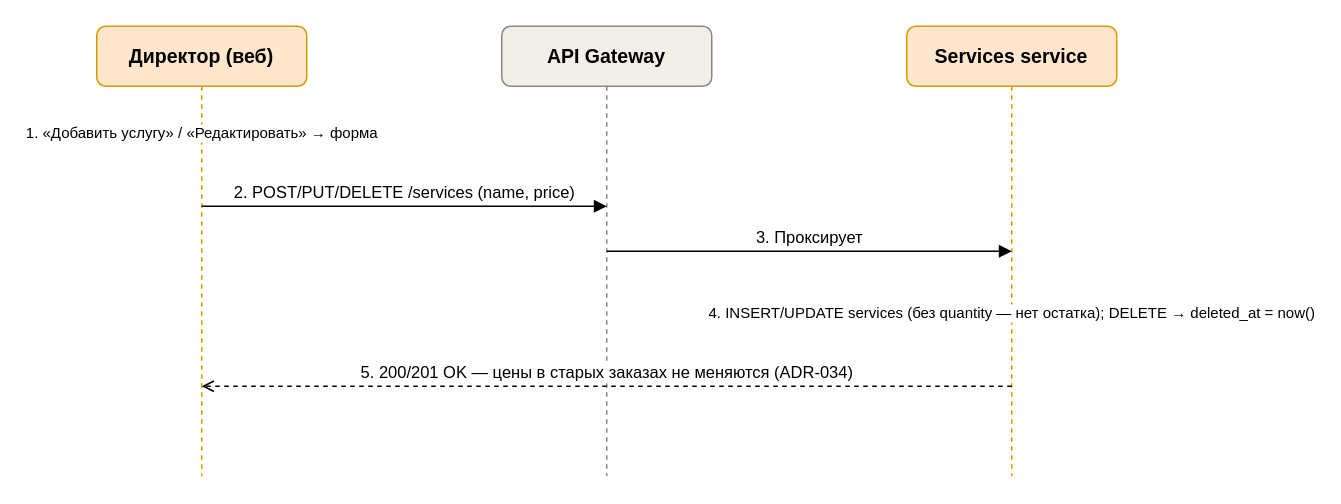
Before: stuff/uml/sequence/sequence-catalog-services.drawio in TFRunity/sto, a draw.io diagram. Source tidied: cells renumbered, new cells numbered last; positions are measured from the earlier drawing's top-left corner, leaving out a move shared by most shapes. Both pictures are drawn from the tidied source at 150%, with x=0, y=0 at pixel (96, 26).
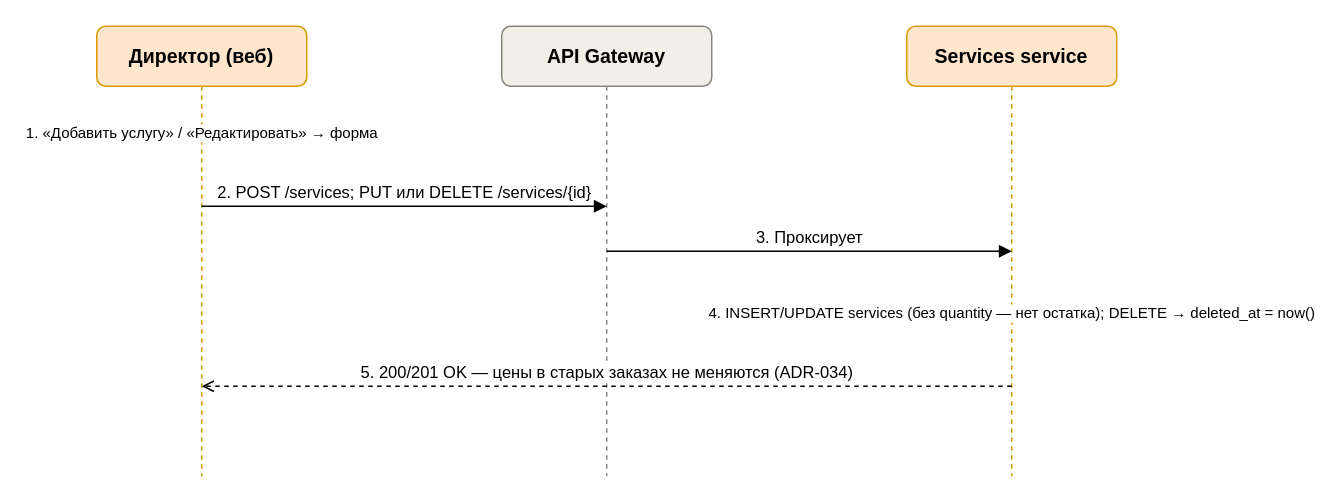
Above is the later version.

What changed in the source:
```diff
@@
 <mxGraphModel>
   <root>
     <mxCell id="0" />
     <mxCell id="1" parent="0" />
     <mxCell id="2" value="Директор (веб)" style="rounded=1;whiteSpace=wrap;html=1;fillColor=#ffe6cc;strokeColor=#d79b00;fontSize=13;fontStyle=1;" parent="1" vertex="1">
       <mxGeometry width="140" height="40" as="geometry" />
     </mxCell>
     <mxCell id="3" value="API Gateway" style="rounded=1;whiteSpace=wrap;html=1;fillColor=#f1efe8;strokeColor=#888780;fontSize=13;fontStyle=1;" parent="1" vertex="1">
       <mxGeometry x="270" width="140" height="40" as="geometry" />
     </mxCell>
     <mxCell id="4" value="Services service" style="rounded=1;whiteSpace=wrap;html=1;fillColor=#ffe6cc;strokeColor=#d79b00;fontSize=13;fontStyle=1;" parent="1" vertex="1">
       <mxGeometry x="540" width="140" height="40" as="geometry" />
     </mxCell>
     <mxCell id="5" style="endArrow=none;dashed=1;html=1;strokeColor=#d79b00;" parent="1" edge="1" source="2">
       <mxGeometry relative="1" as="geometry">
         <mxPoint x="70" y="300" as="targetPoint" />
       </mxGeometry>
     </mxCell>
     <mxCell id="6" style="endArrow=none;dashed=1;html=1;strokeColor=#888780;" parent="1" edge="1" source="3">
       <mxGeometry relative="1" as="geometry">
         <mxPoint x="340" y="300" as="targetPoint" />
       </mxGeometry>
     </mxCell>
     <mxCell id="7" style="endArrow=none;dashed=1;html=1;strokeColor=#d79b00;" parent="1" edge="1" source="4">
       <mxGeometry relative="1" as="geometry">
         <mxPoint x="610" y="300" as="targetPoint" />
       </mxGeometry>
     </mxCell>
     <mxCell id="8" value="1. «Добавить услугу» / «Редактировать» → форма" style="html=1;endArrow=none;fontSize=10;align=center;verticalAlign=bottom;" parent="1" edge="1">
       <mxGeometry relative="1" as="geometry">
         <mxPoint x="70" y="80" as="sourcePoint" />
         <mxPoint x="70" y="80" as="targetPoint" />
       </mxGeometry>
     </mxCell>
-    <mxCell id="9" value="2. POST/PUT/DELETE /services (name, price)" style="html=1;endArrow=block;fontSize=11;align=center;verticalAlign=bottom;" parent="1" edge="1">
+    <mxCell id="9" value="2. POST /services; PUT или DELETE /services/{id}" style="html=1;endArrow=block;fontSize=11;align=center;verticalAlign=bottom;" parent="1" edge="1">
       <mxGeometry relative="1" as="geometry">
         <mxPoint x="70" y="120" as="sourcePoint" />
         <mxPoint x="340" y="120" as="targetPoint" />
       </mxGeometry>
     </mxCell>
     <mxCell id="10" value="3. Проксирует" style="html=1;endArrow=block;fontSize=11;align=center;verticalAlign=bottom;" parent="1" edge="1">
       <mxGeometry relative="1" as="geometry">
         <mxPoint x="340" y="150" as="sourcePoint" />
         <mxPoint x="610" y="150" as="targetPoint" />
       </mxGeometry>
     </mxCell>
     <mxCell id="11" value="4. INSERT/UPDATE services (без quantity — нет остатка); DELETE → deleted_at = now()" style="html=1;endArrow=none;fontSize=10;align=center;verticalAlign=bottom;" parent="1" edge="1">
       <mxGeometry relative="1" as="geometry">
         <mxPoint x="610" y="200" as="sourcePoint" />
         <mxPoint x="610" y="200" as="targetPoint" />
       </mxGeometry>
     </mxCell>
     <mxCell id="12" value="5. 200/201 OK — цены в старых заказах не меняются (ADR-034)" style="html=1;endArrow=open;dashed=1;fontSize=11;align=center;verticalAlign=bottom;" parent="1" edge="1">
       <mxGeometry relative="1" as="geometry">
         <mxPoint x="610" y="240" as="sourcePoint" />
         <mxPoint x="70" y="240" as="targetPoint" />
       </mxGeometry>
     </mxCell>
   </root>
 </mxGraphModel>
```
